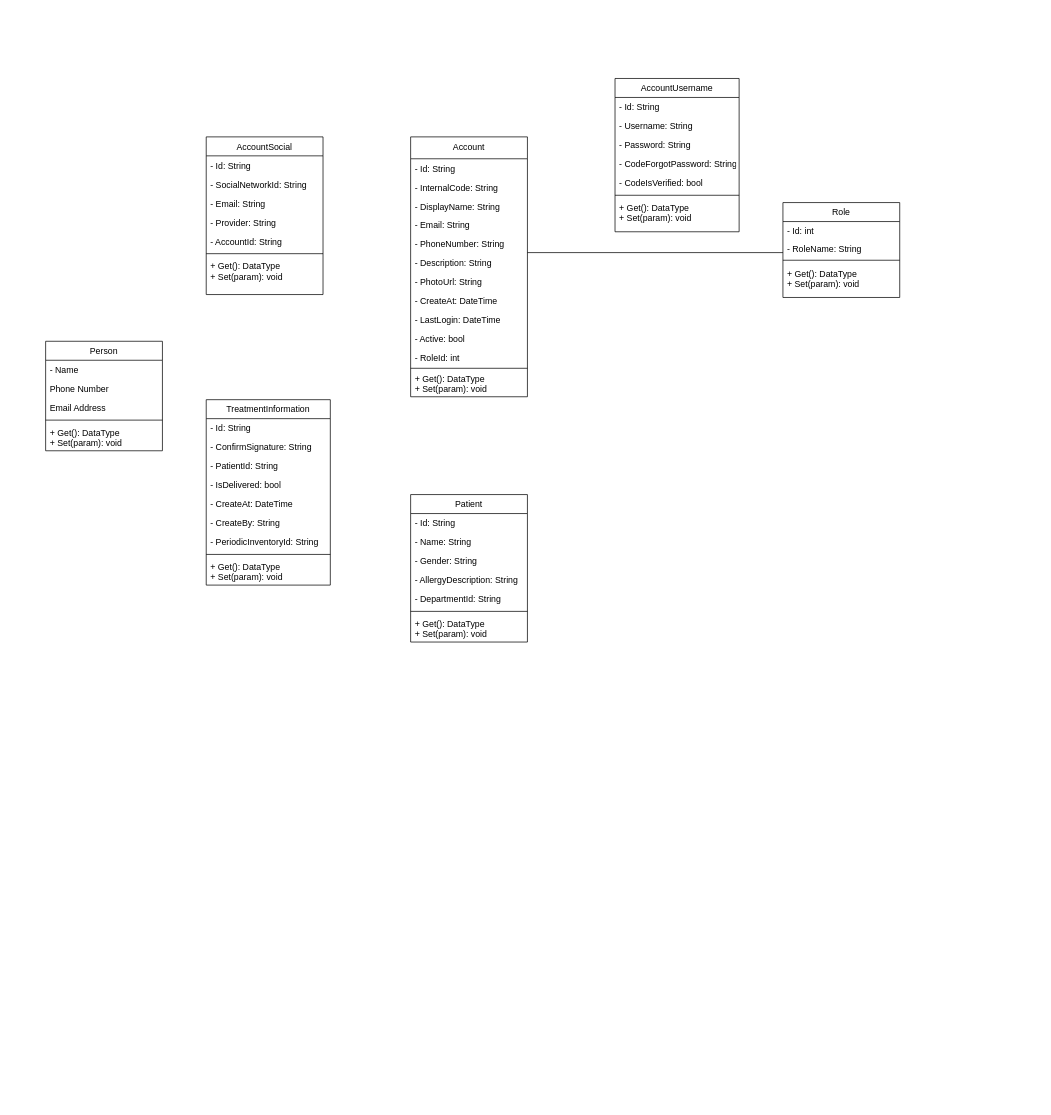
sonhoang1809/fhcs_diagram keeps this draw.io diagram as Class_Diagram/Untitled Diagram.drawio. Above is the earlier version. Source tidied: cells renumbered, new cells numbered last; positions are measured from the earlier drawing's top-left corner, leaving out a move shared by most shapes. Both pictures are drawn from the tidied source at 73%, with x=0, y=0 at pixel (45, 78).
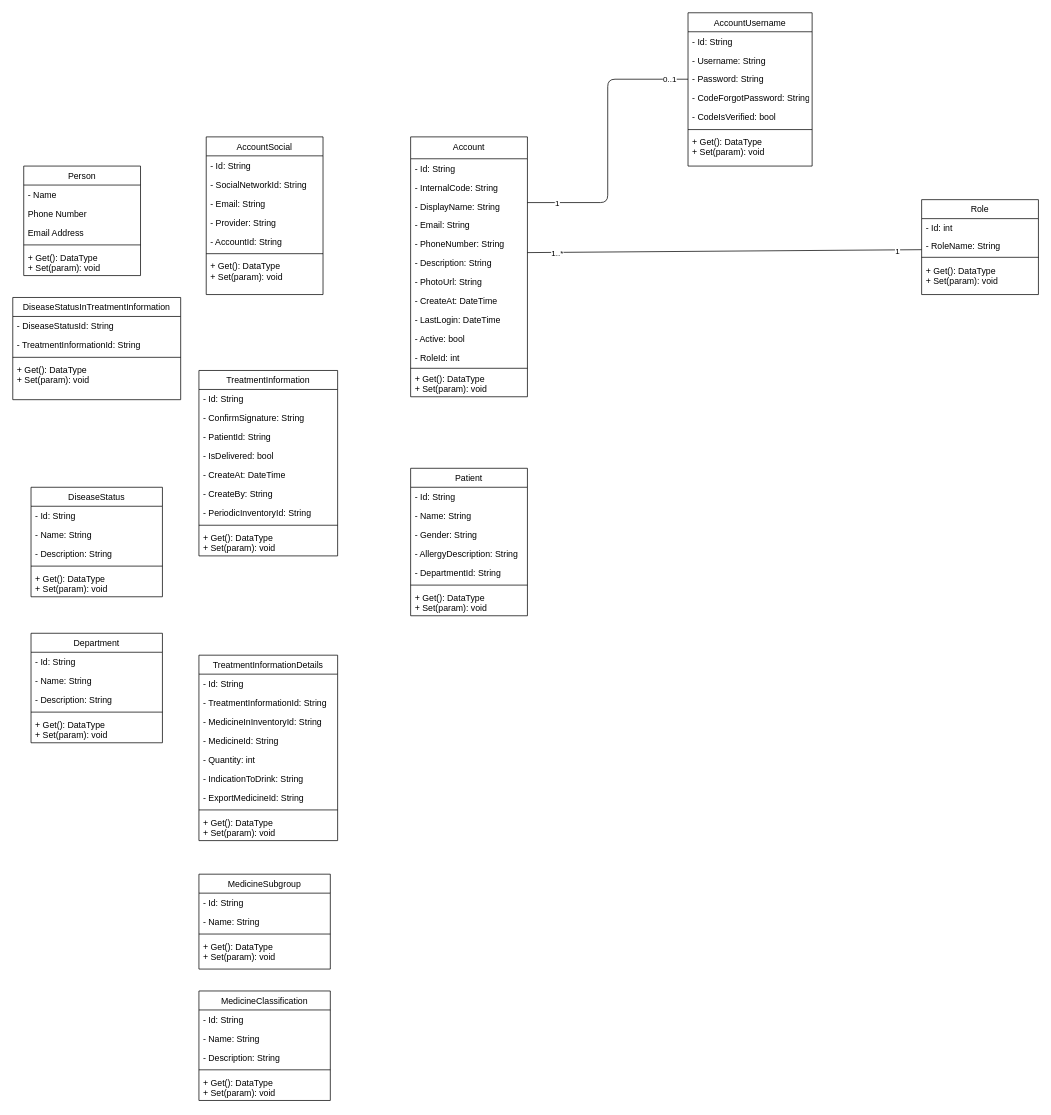
Above is the later version.

Unchanged cells that the change refers to:
```xml
<mxCell id="11" value="- Password: String" style="text;align=left;verticalAlign=top;spacingLeft=4;spacingRight=4;overflow=hidden;points=[[0,0.5],[1,0.5]];portConstraint=eastwest;rounded=0;shadow=0;html=0;" parent="8" vertex="1">
  <mxGeometry y="78" width="170" height="26" as="geometry" />
</mxCell>
<mxCell id="18" value="- RoleName: String&#10;" style="text;align=left;verticalAlign=top;spacingLeft=4;spacingRight=4;overflow=hidden;points=[[0,0.5],[1,0.5]];portConstraint=eastwest;" parent="16" vertex="1">
  <mxGeometry y="50" width="160" height="24" as="geometry" />
</mxCell>
<mxCell id="24" value="- DisplayName: String" style="text;align=left;verticalAlign=top;spacingLeft=4;spacingRight=4;overflow=hidden;points=[[0,0.5],[1,0.5]];portConstraint=eastwest;rounded=0;shadow=0;html=0;" parent="21" vertex="1">
  <mxGeometry y="82" width="160" height="26" as="geometry" />
</mxCell>
<mxCell id="27" value="- Description: String" style="text;align=left;verticalAlign=top;spacingLeft=4;spacingRight=4;overflow=hidden;points=[[0,0.5],[1,0.5]];portConstraint=eastwest;rounded=0;shadow=0;html=0;" parent="21" vertex="1">
  <mxGeometry y="160" width="160" height="26" as="geometry" />
</mxCell>
```

What changed in the source:
```diff
@@
-    <mxCell id="2" value="Person" style="swimlane;fontStyle=0;align=center;verticalAlign=top;horizontal=1;startSize=26;rounded=0;shadow=0;strokeWidth=1;" parent="1" vertex="1">
-      <mxGeometry y="360" width="160" height="150" as="geometry" />
+    <mxCell id="2" value="DiseaseStatusInTreatmentInformation" style="swimlane;fontStyle=0;align=center;verticalAlign=top;horizontal=1;startSize=26;rounded=0;shadow=0;strokeWidth=1;" parent="1" vertex="1">
+      <mxGeometry x="-45" y="300" width="230" height="140" as="geometry" />
     </mxCell>
-    <mxCell id="3" value="- Name" style="text;align=left;verticalAlign=top;spacingLeft=4;spacingRight=4;overflow=hidden;" parent="2" vertex="1">
-      <mxGeometry y="26" width="160" height="26" as="geometry" />
-    </mxCell>
-    <mxCell id="4" value="Phone Number" style="text;align=left;verticalAlign=top;spacingLeft=4;spacingRight=4;overflow=hidden;rounded=0;shadow=0;html=0;" parent="2" vertex="1">
-      <mxGeometry y="52" width="160" height="26" as="geometry" />
-    </mxCell>
-    <mxCell id="5" value="Email Address" style="text;align=left;verticalAlign=top;spacingLeft=4;spacingRight=4;overflow=hidden;rounded=0;shadow=0;html=0;" parent="2" vertex="1">
-      <mxGeometry y="78" width="160" height="26" as="geometry" />
-    </mxCell>
+    <mxCell id="62" value="- DiseaseStatusId: String" style="text;align=left;verticalAlign=top;spacingLeft=4;spacingRight=4;overflow=hidden;" parent="2" vertex="1">
+      <mxGeometry y="26" width="230" height="26" as="geometry" />
+    </mxCell>
+    <mxCell id="63" value="- TreatmentInformationId: String" style="text;align=left;verticalAlign=top;spacingLeft=4;spacingRight=4;overflow=hidden;" parent="2" vertex="1">
+      <mxGeometry y="52" width="230" height="26" as="geometry" />
+    </mxCell>
     <mxCell id="6" style="line;html=1;strokeWidth=1;align=left;verticalAlign=middle;spacingTop=-1;spacingLeft=3;spacingRight=3;labelPosition=right;" parent="2" vertex="1">
-      <mxGeometry y="104" width="160" height="8" as="geometry" />
+      <mxGeometry y="78" width="230" height="8" as="geometry" />
     </mxCell>
     <mxCell id="7" value="+ Get(): DataType&#10;+ Set(param): void" style="text;align=left;verticalAlign=top;spacingLeft=4;spacingRight=4;overflow=hidden;" parent="2" vertex="1">
-      <mxGeometry y="112" width="160" height="38" as="geometry" />
+      <mxGeometry y="86" width="230" height="38" as="geometry" />
     </mxCell>
     <mxCell id="8" value="AccountUsername" style="swimlane;fontStyle=0;align=center;verticalAlign=top;horizontal=1;startSize=26;rounded=0;shadow=0;strokeWidth=1;" parent="1" vertex="1">
-      <mxGeometry x="780" width="170" height="210" as="geometry" />
+      <mxGeometry x="880" y="-90" width="170" height="210" as="geometry" />
     </mxCell>
@@
     <mxCell id="16" value="Role&#10;" style="swimlane;fontStyle=0;align=center;verticalAlign=top;horizontal=1;startSize=26;rounded=0;shadow=0;strokeWidth=1;" parent="1" vertex="1">
-      <mxGeometry x="1010" y="170" width="160" height="130" as="geometry" />
+      <mxGeometry x="1200" y="166" width="160" height="130" as="geometry" />
     </mxCell>
@@
-    <mxCell id="35" style="endArrow=none;html=1;exitX=0;exitY=0.772;exitDx=0;exitDy=0;entryX=1;entryY=-0.057;entryDx=0;entryDy=0;entryPerimeter=0;exitPerimeter=0;" parent="1" edge="1" source="18" target="27">
+    <mxCell id="35" style="endArrow=none;html=1;exitX=0;exitY=0.772;exitDx=0;exitDy=0;entryX=1;entryY=-0.057;entryDx=0;entryDy=0;entryPerimeter=0;exitPerimeter=0;rounded=1;" parent="1" edge="1" source="18" target="27">
       <mxGeometry relative="1" as="geometry" />
     </mxCell>
+    <mxCell id="64" value="1..*" style="edgeLabel;html=1;align=center;verticalAlign=middle;" parent="35" vertex="1">
+      <mxGeometry x="0.85" y="-1" relative="1" as="geometry">
+        <mxPoint y="2" as="offset" />
+      </mxGeometry>
+    </mxCell>
+    <mxCell id="65" value="1" style="edgeLabel;html=1;align=center;verticalAlign=middle;" parent="35" vertex="1">
+      <mxGeometry x="-0.86" y="2" relative="1" as="geometry">
+        <mxPoint x="4" as="offset" />
+      </mxGeometry>
+    </mxCell>
     <mxCell id="36" value="TreatmentInformation" style="swimlane;fontStyle=0;align=center;verticalAlign=top;horizontal=1;startSize=26;rounded=0;shadow=0;strokeWidth=1;" parent="1" vertex="1">
-      <mxGeometry x="220" y="440" width="170" height="254" as="geometry" />
+      <mxGeometry x="210" y="400" width="190" height="254" as="geometry" />
     </mxCell>
     <mxCell id="37" value="- Id: String" style="text;align=left;verticalAlign=top;spacingLeft=4;spacingRight=4;overflow=hidden;" parent="36" vertex="1">
-      <mxGeometry y="26" width="170" height="26" as="geometry" />
+      <mxGeometry y="26" width="190" height="26" as="geometry" />
     </mxCell>
     <mxCell id="38" value="- ConfirmSignature: String" style="text;align=left;verticalAlign=top;spacingLeft=4;spacingRight=4;overflow=hidden;" parent="36" vertex="1">
-      <mxGeometry y="52" width="170" height="26" as="geometry" />
+      <mxGeometry y="52" width="190" height="26" as="geometry" />
     </mxCell>
     <mxCell id="39" value="- PatientId: String" style="text;align=left;verticalAlign=top;spacingLeft=4;spacingRight=4;overflow=hidden;rounded=0;shadow=0;html=0;" parent="36" vertex="1">
-      <mxGeometry y="78" width="170" height="26" as="geometry" />
+      <mxGeometry y="78" width="190" height="26" as="geometry" />
     </mxCell>
     <mxCell id="40" value="- IsDelivered: bool" style="text;align=left;verticalAlign=top;spacingLeft=4;spacingRight=4;overflow=hidden;rounded=0;shadow=0;html=0;" parent="36" vertex="1">
-      <mxGeometry y="104" width="170" height="26" as="geometry" />
+      <mxGeometry y="104" width="190" height="26" as="geometry" />
     </mxCell>
     <mxCell id="41" value="- CreateAt: DateTime" style="text;align=left;verticalAlign=top;spacingLeft=4;spacingRight=4;overflow=hidden;rounded=0;shadow=0;html=0;" parent="36" vertex="1">
-      <mxGeometry y="130" width="170" height="26" as="geometry" />
+      <mxGeometry y="130" width="190" height="26" as="geometry" />
     </mxCell>
     <mxCell id="42" value="- CreateBy: String" style="text;align=left;verticalAlign=top;spacingLeft=4;spacingRight=4;overflow=hidden;rounded=0;shadow=0;html=0;" parent="36" vertex="1">
-      <mxGeometry y="156" width="170" height="26" as="geometry" />
+      <mxGeometry y="156" width="190" height="26" as="geometry" />
     </mxCell>
     <mxCell id="43" value="- PeriodicInventoryId: String" style="text;align=left;verticalAlign=top;spacingLeft=4;spacingRight=4;overflow=hidden;rounded=0;shadow=0;html=0;" parent="36" vertex="1">
-      <mxGeometry y="182" width="170" height="26" as="geometry" />
+      <mxGeometry y="182" width="190" height="26" as="geometry" />
     </mxCell>
     <mxCell id="44" style="line;html=1;strokeWidth=1;align=left;verticalAlign=middle;spacingTop=-1;spacingLeft=3;spacingRight=3;labelPosition=right;" parent="36" vertex="1">
-      <mxGeometry y="208" width="170" height="8" as="geometry" />
+      <mxGeometry y="208" width="190" height="8" as="geometry" />
     </mxCell>
     <mxCell id="45" value="+ Get(): DataType&#10;+ Set(param): void" style="text;align=left;verticalAlign=top;spacingLeft=4;spacingRight=4;overflow=hidden;" parent="36" vertex="1">
-      <mxGeometry y="216" width="170" height="38" as="geometry" />
+      <mxGeometry y="216" width="190" height="38" as="geometry" />
     </mxCell>
     <mxCell id="46" value="Patient" style="swimlane;fontStyle=0;align=center;verticalAlign=top;horizontal=1;startSize=26;rounded=0;shadow=0;strokeWidth=1;" parent="1" vertex="1">
-      <mxGeometry x="500" y="570" width="160" height="202" as="geometry" />
+      <mxGeometry x="500" y="534" width="160" height="202" as="geometry" />
     </mxCell>
@@
+    <mxCell id="66" value="TreatmentInformationDetails" style="swimlane;fontStyle=0;align=center;verticalAlign=top;horizontal=1;startSize=26;rounded=0;shadow=0;strokeWidth=1;" parent="1" vertex="1">
+      <mxGeometry x="210" y="790" width="190" height="254" as="geometry" />
+    </mxCell>
+    <mxCell id="67" value="- Id: String" style="text;align=left;verticalAlign=top;spacingLeft=4;spacingRight=4;overflow=hidden;" parent="66" vertex="1">
+      <mxGeometry y="26" width="190" height="26" as="geometry" />
+    </mxCell>
+    <mxCell id="68" value="- TreatmentInformationId: String" style="text;align=left;verticalAlign=top;spacingLeft=4;spacingRight=4;overflow=hidden;" parent="66" vertex="1">
+      <mxGeometry y="52" width="190" height="26" as="geometry" />
+    </mxCell>
+    <mxCell id="69" value="- MedicineInInventoryId: String" style="text;align=left;verticalAlign=top;spacingLeft=4;spacingRight=4;overflow=hidden;rounded=0;shadow=0;html=0;" parent="66" vertex="1">
+      <mxGeometry y="78" width="190" height="26" as="geometry" />
+    </mxCell>
+    <mxCell id="70" value="- MedicineId: String" style="text;align=left;verticalAlign=top;spacingLeft=4;spacingRight=4;overflow=hidden;rounded=0;shadow=0;html=0;" parent="66" vertex="1">
+      <mxGeometry y="104" width="190" height="26" as="geometry" />
+    </mxCell>
+    <mxCell id="71" value="- Quantity: int" style="text;align=left;verticalAlign=top;spacingLeft=4;spacingRight=4;overflow=hidden;rounded=0;shadow=0;html=0;" parent="66" vertex="1">
+      <mxGeometry y="130" width="190" height="26" as="geometry" />
+    </mxCell>
+    <mxCell id="72" value="- IndicationToDrink: String" style="text;align=left;verticalAlign=top;spacingLeft=4;spacingRight=4;overflow=hidden;rounded=0;shadow=0;html=0;" parent="66" vertex="1">
+      <mxGeometry y="156" width="190" height="26" as="geometry" />
+    </mxCell>
+    <mxCell id="73" value="- ExportMedicineId: String" style="text;align=left;verticalAlign=top;spacingLeft=4;spacingRight=4;overflow=hidden;rounded=0;shadow=0;html=0;" parent="66" vertex="1">
+      <mxGeometry y="182" width="190" height="26" as="geometry" />
+    </mxCell>
+    <mxCell id="74" style="line;html=1;strokeWidth=1;align=left;verticalAlign=middle;spacingTop=-1;spacingLeft=3;spacingRight=3;labelPosition=right;" parent="66" vertex="1">
+      <mxGeometry y="208" width="190" height="8" as="geometry" />
+    </mxCell>
+    <mxCell id="75" value="+ Get(): DataType&#10;+ Set(param): void" style="text;align=left;verticalAlign=top;spacingLeft=4;spacingRight=4;overflow=hidden;" parent="66" vertex="1">
+      <mxGeometry y="216" width="190" height="38" as="geometry" />
+    </mxCell>
+    <mxCell id="76" value="Person" style="swimlane;fontStyle=0;align=center;verticalAlign=top;horizontal=1;startSize=26;rounded=0;shadow=0;strokeWidth=1;" parent="1" vertex="1">
+      <mxGeometry x="-30" y="120" width="160" height="150" as="geometry" />
+    </mxCell>
+    <mxCell id="3" value="- Name" style="text;align=left;verticalAlign=top;spacingLeft=4;spacingRight=4;overflow=hidden;" parent="76" vertex="1">
+      <mxGeometry y="26" width="160" height="26" as="geometry" />
+    </mxCell>
+    <mxCell id="4" value="Phone Number" style="text;align=left;verticalAlign=top;spacingLeft=4;spacingRight=4;overflow=hidden;rounded=0;shadow=0;html=0;" parent="76" vertex="1">
+      <mxGeometry y="52" width="160" height="26" as="geometry" />
+    </mxCell>
+    <mxCell id="5" value="Email Address" style="text;align=left;verticalAlign=top;spacingLeft=4;spacingRight=4;overflow=hidden;rounded=0;shadow=0;html=0;" parent="76" vertex="1">
+      <mxGeometry y="78" width="160" height="26" as="geometry" />
+    </mxCell>
+    <mxCell id="77" style="line;html=1;strokeWidth=1;align=left;verticalAlign=middle;spacingTop=-1;spacingLeft=3;spacingRight=3;labelPosition=right;" parent="76" vertex="1">
+      <mxGeometry y="104" width="160" height="8" as="geometry" />
+    </mxCell>
+    <mxCell id="78" value="+ Get(): DataType&#10;+ Set(param): void" style="text;align=left;verticalAlign=top;spacingLeft=4;spacingRight=4;overflow=hidden;" parent="76" vertex="1">
+      <mxGeometry y="112" width="160" height="38" as="geometry" />
+    </mxCell>
+    <mxCell id="79" value="DiseaseStatus" style="swimlane;fontStyle=0;align=center;verticalAlign=top;horizontal=1;startSize=26;rounded=0;shadow=0;strokeWidth=1;" parent="1" vertex="1">
+      <mxGeometry x="-20" y="560" width="180" height="150" as="geometry" />
+    </mxCell>
+    <mxCell id="80" value="- Id: String" style="text;align=left;verticalAlign=top;spacingLeft=4;spacingRight=4;overflow=hidden;" parent="79" vertex="1">
+      <mxGeometry y="26" width="180" height="26" as="geometry" />
+    </mxCell>
+    <mxCell id="81" value="- Name: String" style="text;align=left;verticalAlign=top;spacingLeft=4;spacingRight=4;overflow=hidden;" parent="79" vertex="1">
+      <mxGeometry y="52" width="180" height="26" as="geometry" />
+    </mxCell>
+    <mxCell id="82" value="- Description: String" style="text;align=left;verticalAlign=top;spacingLeft=4;spacingRight=4;overflow=hidden;rounded=0;shadow=0;html=0;" parent="79" vertex="1">
+      <mxGeometry y="78" width="180" height="26" as="geometry" />
+    </mxCell>
+    <mxCell id="83" style="line;html=1;strokeWidth=1;align=left;verticalAlign=middle;spacingTop=-1;spacingLeft=3;spacingRight=3;labelPosition=right;" parent="79" vertex="1">
+      <mxGeometry y="104" width="180" height="8" as="geometry" />
+    </mxCell>
+    <mxCell id="84" value="+ Get(): DataType&#10;+ Set(param): void" style="text;align=left;verticalAlign=top;spacingLeft=4;spacingRight=4;overflow=hidden;" parent="79" vertex="1">
+      <mxGeometry y="112" width="180" height="38" as="geometry" />
+    </mxCell>
+    <mxCell id="85" value="Department" style="swimlane;fontStyle=0;align=center;verticalAlign=top;horizontal=1;startSize=26;rounded=0;shadow=0;strokeWidth=1;" parent="1" vertex="1">
+      <mxGeometry x="-20" y="760" width="180" height="150" as="geometry" />
+    </mxCell>
+    <mxCell id="86" value="- Id: String" style="text;align=left;verticalAlign=top;spacingLeft=4;spacingRight=4;overflow=hidden;" parent="85" vertex="1">
+      <mxGeometry y="26" width="180" height="26" as="geometry" />
+    </mxCell>
+    <mxCell id="87" value="- Name: String" style="text;align=left;verticalAlign=top;spacingLeft=4;spacingRight=4;overflow=hidden;" parent="85" vertex="1">
+      <mxGeometry y="52" width="180" height="26" as="geometry" />
+    </mxCell>
+    <mxCell id="88" value="- Description: String" style="text;align=left;verticalAlign=top;spacingLeft=4;spacingRight=4;overflow=hidden;rounded=0;shadow=0;html=0;" parent="85" vertex="1">
+      <mxGeometry y="78" width="180" height="26" as="geometry" />
+    </mxCell>
+    <mxCell id="89" style="line;html=1;strokeWidth=1;align=left;verticalAlign=middle;spacingTop=-1;spacingLeft=3;spacingRight=3;labelPosition=right;" parent="85" vertex="1">
+      <mxGeometry y="104" width="180" height="8" as="geometry" />
+    </mxCell>
+    <mxCell id="90" value="+ Get(): DataType&#10;+ Set(param): void" style="text;align=left;verticalAlign=top;spacingLeft=4;spacingRight=4;overflow=hidden;" parent="85" vertex="1">
+      <mxGeometry y="112" width="180" height="38" as="geometry" />
+    </mxCell>
+    <mxCell id="91" style="endArrow=none;html=1;exitX=1;exitY=0.308;exitDx=0;exitDy=0;exitPerimeter=0;entryX=0;entryY=0.5;entryDx=0;entryDy=0;edgeStyle=orthogonalEdgeStyle;" parent="1" edge="1" source="24" target="11">
+      <mxGeometry relative="1" as="geometry" />
+    </mxCell>
+    <mxCell id="92" value="1" style="edgeLabel;html=1;align=center;verticalAlign=middle;" parent="91" vertex="1">
+      <mxGeometry x="-0.79" relative="1" as="geometry" />
+    </mxCell>
+    <mxCell id="93" value="0..1" style="edgeLabel;html=1;align=center;verticalAlign=middle;" parent="91" vertex="1">
+      <mxGeometry x="0.87" y="1" relative="1" as="geometry" />
+    </mxCell>
+    <mxCell id="94" value="MedicineSubgroup" style="swimlane;fontStyle=0;align=center;verticalAlign=top;horizontal=1;startSize=26;rounded=0;shadow=0;strokeWidth=1;" parent="1" vertex="1">
+      <mxGeometry x="210" y="1090" width="180" height="130" as="geometry" />
+    </mxCell>
+    <mxCell id="95" value="- Id: String" style="text;align=left;verticalAlign=top;spacingLeft=4;spacingRight=4;overflow=hidden;" parent="94" vertex="1">
+      <mxGeometry y="26" width="180" height="26" as="geometry" />
+    </mxCell>
+    <mxCell id="96" value="- Name: String" style="text;align=left;verticalAlign=top;spacingLeft=4;spacingRight=4;overflow=hidden;" parent="94" vertex="1">
+      <mxGeometry y="52" width="180" height="26" as="geometry" />
+    </mxCell>
+    <mxCell id="97" style="line;html=1;strokeWidth=1;align=left;verticalAlign=middle;spacingTop=-1;spacingLeft=3;spacingRight=3;labelPosition=right;" parent="94" vertex="1">
+      <mxGeometry y="78" width="180" height="8" as="geometry" />
+    </mxCell>
+    <mxCell id="98" value="+ Get(): DataType&#10;+ Set(param): void" style="text;align=left;verticalAlign=top;spacingLeft=4;spacingRight=4;overflow=hidden;" parent="94" vertex="1">
+      <mxGeometry y="86" width="180" height="38" as="geometry" />
+    </mxCell>
+    <mxCell id="99" value="MedicineClassification" style="swimlane;fontStyle=0;align=center;verticalAlign=top;horizontal=1;startSize=26;rounded=0;shadow=0;strokeWidth=1;" parent="1" vertex="1">
+      <mxGeometry x="210" y="1250" width="180" height="150" as="geometry" />
+    </mxCell>
+    <mxCell id="100" value="- Id: String" style="text;align=left;verticalAlign=top;spacingLeft=4;spacingRight=4;overflow=hidden;" parent="99" vertex="1">
+      <mxGeometry y="26" width="180" height="26" as="geometry" />
+    </mxCell>
+    <mxCell id="101" value="- Name: String" style="text;align=left;verticalAlign=top;spacingLeft=4;spacingRight=4;overflow=hidden;" parent="99" vertex="1">
+      <mxGeometry y="52" width="180" height="26" as="geometry" />
+    </mxCell>
+    <mxCell id="102" value="- Description: String" style="text;align=left;verticalAlign=top;spacingLeft=4;spacingRight=4;overflow=hidden;rounded=0;shadow=0;html=0;" parent="99" vertex="1">
+      <mxGeometry y="78" width="180" height="26" as="geometry" />
+    </mxCell>
+    <mxCell id="103" style="line;html=1;strokeWidth=1;align=left;verticalAlign=middle;spacingTop=-1;spacingLeft=3;spacingRight=3;labelPosition=right;" parent="99" vertex="1">
+      <mxGeometry y="104" width="180" height="8" as="geometry" />
+    </mxCell>
+    <mxCell id="104" value="+ Get(): DataType&#10;+ Set(param): void" style="text;align=left;verticalAlign=top;spacingLeft=4;spacingRight=4;overflow=hidden;" parent="99" vertex="1">
+      <mxGeometry y="112" width="180" height="38" as="geometry" />
+    </mxCell>
```
